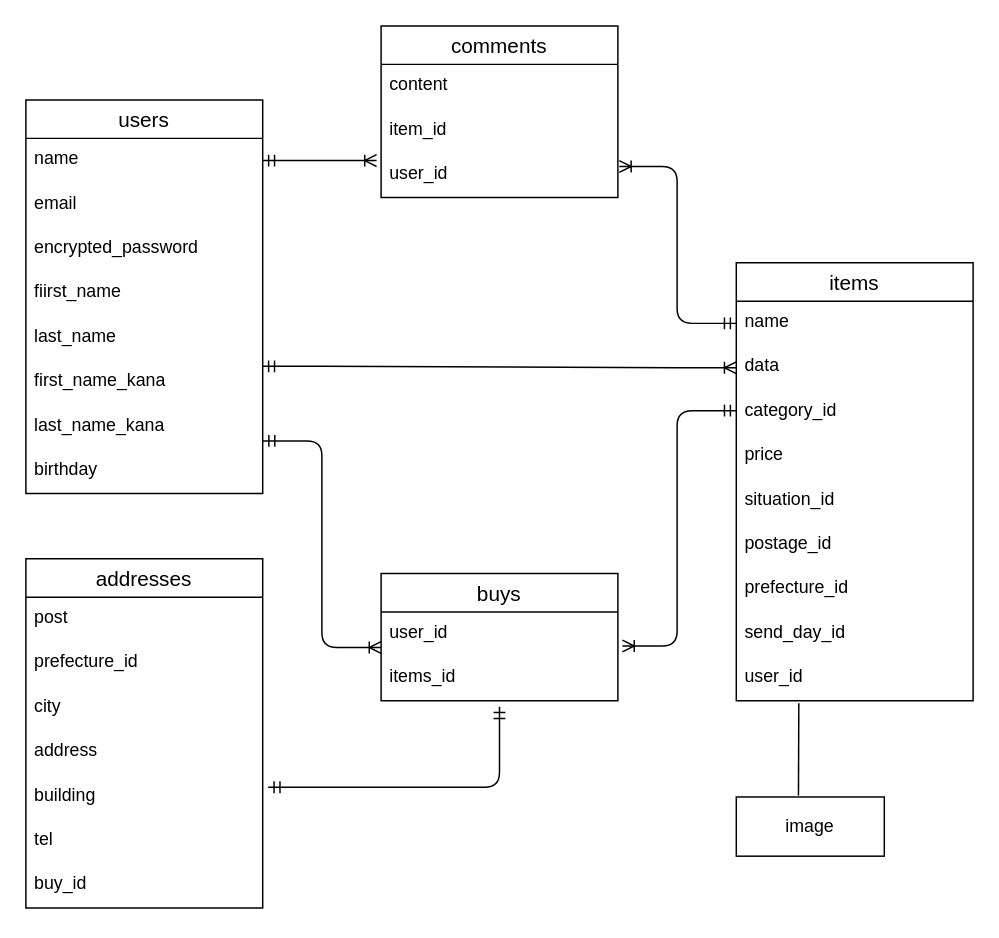
sugimotohayato/furima-39259 keeps this draw.io diagram as furima.dio. Above is the earlier version. Source tidied: cells renumbered, new cells numbered last; positions are measured from the earlier drawing's top-left corner, leaving out a move shared by most shapes. Both pictures are drawn from the tidied source at 148%, with x=0, y=0 at pixel (25, 25).
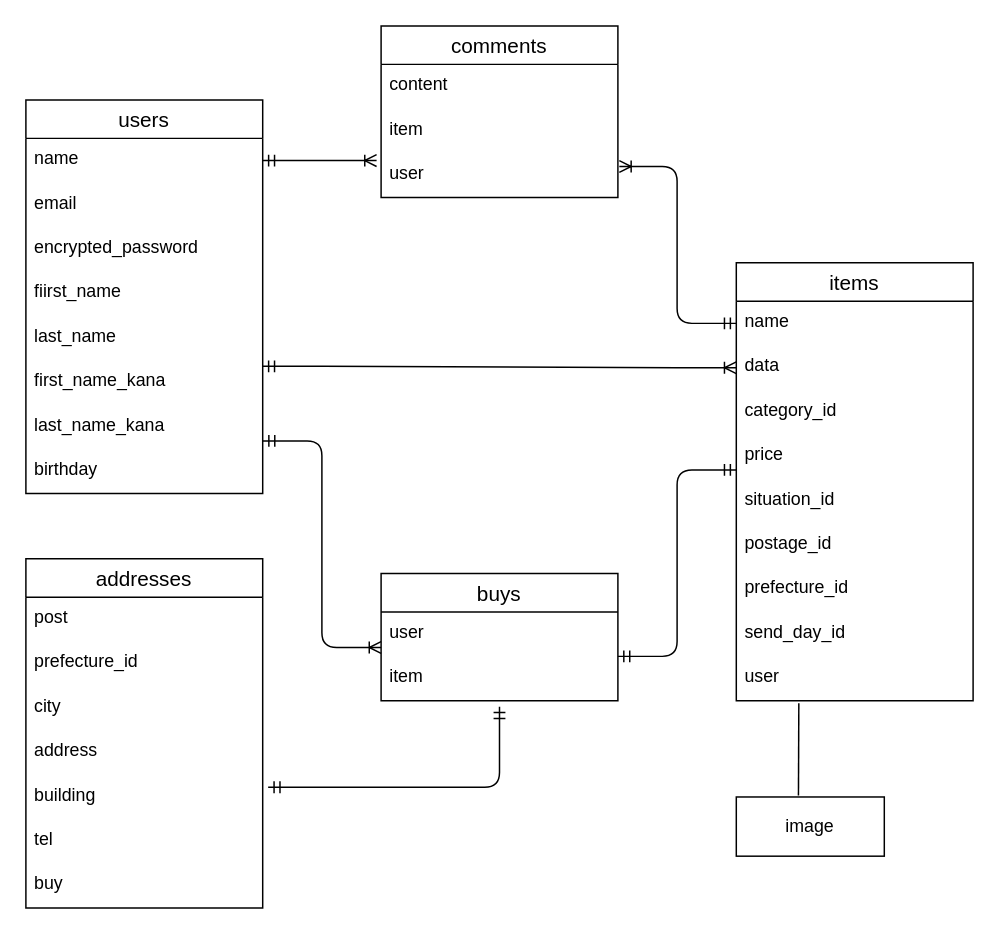
The same diagram, later.

The change refers to these unchanged cells:
```xml
<mxCell id="11" value="addresses" style="swimlane;fontStyle=0;horizontal=1;startSize=26;align=center;fontSize=14;" parent="1" vertex="1">
  <mxGeometry y="360" width="160" height="236" as="geometry" />
</mxCell>
<mxCell id="19" value="comments" style="swimlane;fontStyle=0;horizontal=1;startSize=26;align=center;fontSize=14;" parent="1" vertex="1">
  <mxGeometry x="240" width="160" height="116" as="geometry" />
</mxCell>
<mxCell id="23" value="buys" style="swimlane;fontStyle=0;horizontal=1;startSize=26;align=center;fontSize=14;" parent="1" vertex="1">
  <mxGeometry x="240" y="370" width="160" height="86" as="geometry" />
</mxCell>
<mxCell id="26" value="items" style="swimlane;fontStyle=0;horizontal=1;startSize=26;align=center;fontSize=14;" parent="1" vertex="1">
  <mxGeometry x="480" y="160" width="160" height="296" as="geometry" />
</mxCell>
```

The edit, as a diff of the source:
```diff
@@
-    <mxCell id="18" value="buy_id" style="text;strokeColor=none;fillColor=none;spacingLeft=4;spacingRight=4;overflow=hidden;fontSize=12;" parent="11" vertex="1">
+    <mxCell id="18" value="buy" style="text;strokeColor=none;fillColor=none;spacingLeft=4;spacingRight=4;overflow=hidden;fontSize=12;" parent="11" vertex="1">
       <mxGeometry y="206" width="160" height="30" as="geometry" />
     </mxCell>
@@
-    <mxCell id="21" value="item_id" style="text;strokeColor=none;fillColor=none;spacingLeft=4;spacingRight=4;overflow=hidden;fontSize=12;" parent="19" vertex="1">
+    <mxCell id="21" value="item" style="text;strokeColor=none;fillColor=none;spacingLeft=4;spacingRight=4;overflow=hidden;fontSize=12;" parent="19" vertex="1">
       <mxGeometry y="56" width="160" height="30" as="geometry" />
     </mxCell>
-    <mxCell id="22" value="user_id" style="text;strokeColor=none;fillColor=none;spacingLeft=4;spacingRight=4;overflow=hidden;points=[[0,0.5],[1,0.5]];portConstraint=eastwest;fontSize=12;" parent="19" vertex="1">
+    <mxCell id="22" value="user" style="text;strokeColor=none;fillColor=none;spacingLeft=4;spacingRight=4;overflow=hidden;points=[[0,0.5],[1,0.5]];portConstraint=eastwest;fontSize=12;" parent="19" vertex="1">
       <mxGeometry y="86" width="160" height="30" as="geometry" />
     </mxCell>
@@
-    <mxCell id="24" value="user_id" style="text;strokeColor=none;fillColor=none;spacingLeft=4;spacingRight=4;overflow=hidden;points=[[0,0.5],[1,0.5]];portConstraint=eastwest;fontSize=12;" parent="23" vertex="1">
+    <mxCell id="24" value="user" style="text;strokeColor=none;fillColor=none;spacingLeft=4;spacingRight=4;overflow=hidden;points=[[0,0.5],[1,0.5]];portConstraint=eastwest;fontSize=12;" parent="23" vertex="1">
       <mxGeometry y="26" width="160" height="30" as="geometry" />
     </mxCell>
-    <mxCell id="25" value="items_id" style="text;strokeColor=none;fillColor=none;spacingLeft=4;spacingRight=4;overflow=hidden;points=[[0,0.5],[1,0.5]];portConstraint=eastwest;fontSize=12;" parent="23" vertex="1">
+    <mxCell id="25" value="item" style="text;strokeColor=none;fillColor=none;spacingLeft=4;spacingRight=4;overflow=hidden;points=[[0,0.5],[1,0.5]];portConstraint=eastwest;fontSize=12;" parent="23" vertex="1">
       <mxGeometry y="56" width="160" height="30" as="geometry" />
     </mxCell>
@@
+    <mxCell id="44" style="fontSize=12;html=1;endArrow=ERmandOne;startArrow=ERmandOne;edgeStyle=orthogonalEdgeStyle;exitX=1.023;exitY=0.281;exitDx=0;exitDy=0;exitPerimeter=0;" parent="26" edge="1">
+      <mxGeometry relative="1" as="geometry">
+        <mxPoint x="-80" y="266" as="sourcePoint" />
+        <mxPoint y="140" as="targetPoint" />
+        <Array as="points">
+          <mxPoint x="-40" y="266" />
+          <mxPoint x="-40" y="140" />
+          <mxPoint y="140" />
+        </Array>
+      </mxGeometry>
+    </mxCell>
-    <mxCell id="35" value="user_id" style="text;strokeColor=none;fillColor=none;spacingLeft=4;spacingRight=4;overflow=hidden;points=[[0,0.5],[1,0.5]];portConstraint=eastwest;fontSize=12;" parent="26" vertex="1">
+    <mxCell id="35" value="user" style="text;strokeColor=none;fillColor=none;spacingLeft=4;spacingRight=4;overflow=hidden;points=[[0,0.5],[1,0.5]];portConstraint=eastwest;fontSize=12;" parent="26" vertex="1">
       <mxGeometry y="266" width="160" height="30" as="geometry" />
     </mxCell>
@@
-    <mxCell id="38" style="edgeStyle=orthogonalEdgeStyle;fontSize=12;html=1;endArrow=ERoneToMany;startArrow=ERmandOne;entryX=1.019;entryY=0.767;entryDx=0;entryDy=0;entryPerimeter=0;" parent="1" edge="1" target="24">
-      <mxGeometry relative="1" as="geometry">
-        <mxPoint x="480" y="260" as="sourcePoint" />
-        <Array as="points">
-          <mxPoint x="440" y="260" />
-          <mxPoint x="440" y="419" />
-        </Array>
-      </mxGeometry>
-    </mxCell>
```
